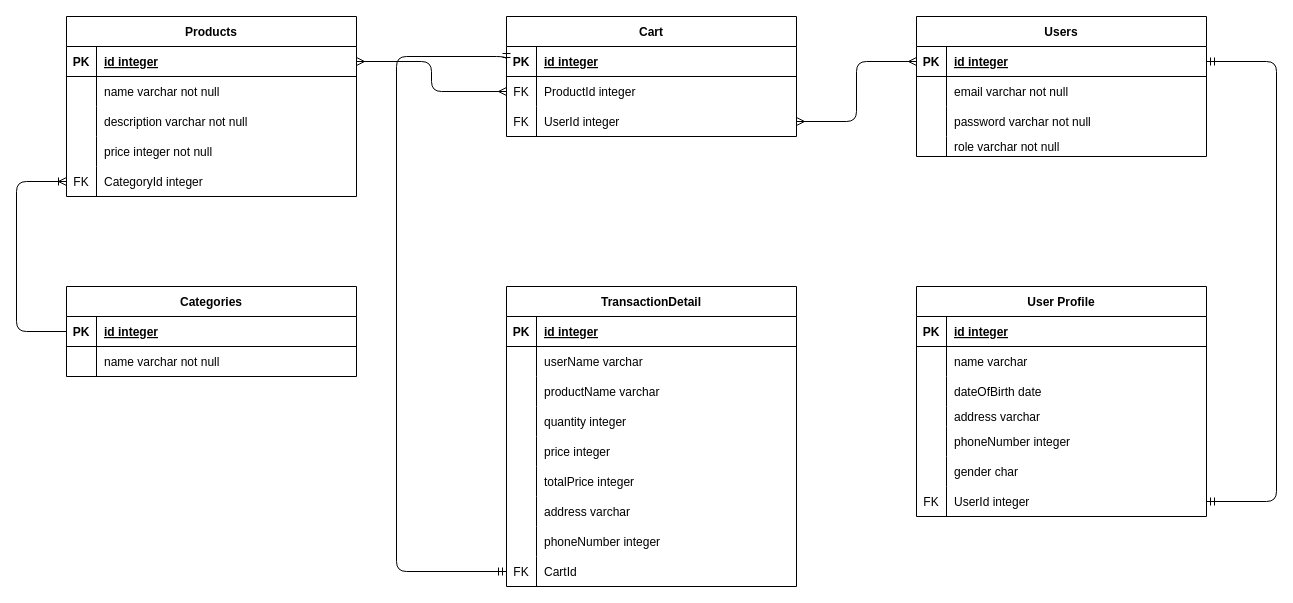
Earlier version of the draw.io diagram dbSchema.drawio (marcoabelz/pairProject). Source tidied: cells renumbered, new cells numbered last; positions are measured from the earlier drawing's top-left corner, leaving out a move shared by most shapes. Both pictures are drawn from the tidied source at 100%, with x=0, y=0 at pixel (16, 16).
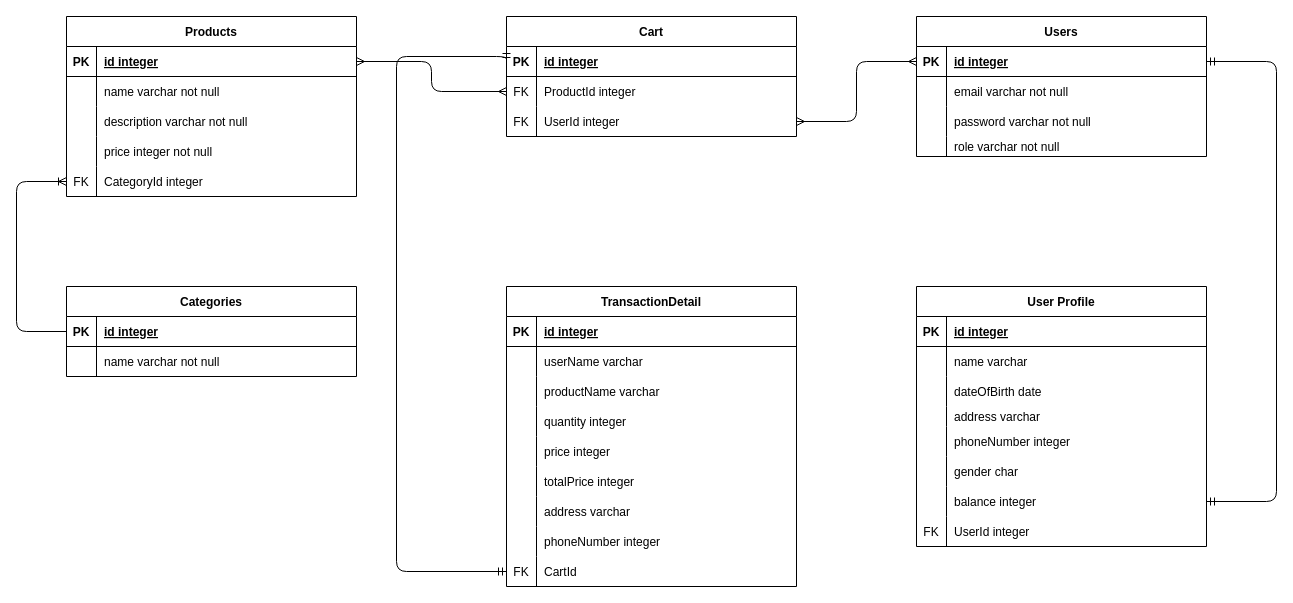
The same diagram, later.

The change refers to these unchanged cells:
```xml
<mxCell id="68" style="shape=tableRow;horizontal=0;startSize=0;swimlaneHead=0;swimlaneBody=0;fillColor=none;points=[[0,0.5],[1,0.5]];portConstraint=eastwest;top=0;left=0;right=0;bottom=0;" parent="49" vertex="1">
  <mxGeometry y="200" width="290" height="30" as="geometry" />
</mxCell>
```

Diff of the diagram source:
```diff
@@
     <mxCell id="49" value="User Profile" style="shape=table;startSize=30;childLayout=tableLayout;rowLines=0;fontStyle=1;align=center;" parent="1" vertex="1">
-      <mxGeometry x="900" y="270" width="290" height="230" as="geometry" />
+      <mxGeometry x="900" y="270" width="290" height="260" as="geometry" />
     </mxCell>
@@
-    <mxCell id="69" value="FK" style="shape=partialRectangle;fillColor=none;top=0;left=0;bottom=0;right=0;overflow=hidden;" parent="68" vertex="1">
+    <mxCell id="69" style="shape=partialRectangle;fillColor=none;top=0;left=0;bottom=0;right=0;overflow=hidden;" parent="68" vertex="1">
       <mxGeometry width="30" height="30" as="geometry" />
     </mxCell>
-    <mxCell id="70" value="UserId integer" style="shape=partialRectangle;fillColor=none;top=0;left=0;bottom=0;right=0;align=left;spacingLeft=6;overflow=hidden;" parent="68" vertex="1">
+    <mxCell id="70" value="balance integer" style="shape=partialRectangle;fillColor=none;top=0;left=0;bottom=0;right=0;align=left;spacingLeft=6;overflow=hidden;" parent="68" vertex="1">
       <mxGeometry x="30" width="260" height="30" as="geometry" />
     </mxCell>
+    <mxCell id="103" style="shape=tableRow;horizontal=0;startSize=0;swimlaneHead=0;swimlaneBody=0;fillColor=none;top=0;left=0;right=0;bottom=0;" parent="49" vertex="1">
+      <mxGeometry y="230" width="290" height="30" as="geometry" />
+    </mxCell>
+    <mxCell id="104" value="FK" style="shape=partialRectangle;fillColor=none;top=0;left=0;bottom=0;right=0;overflow=hidden;" parent="103" vertex="1">
+      <mxGeometry width="30" height="30" as="geometry" />
+    </mxCell>
+    <mxCell id="105" value="UserId integer" style="shape=partialRectangle;fillColor=none;top=0;left=0;bottom=0;right=0;align=left;spacingLeft=6;overflow=hidden;" parent="103" vertex="1">
+      <mxGeometry x="30" width="260" height="30" as="geometry" />
+    </mxCell>
```
